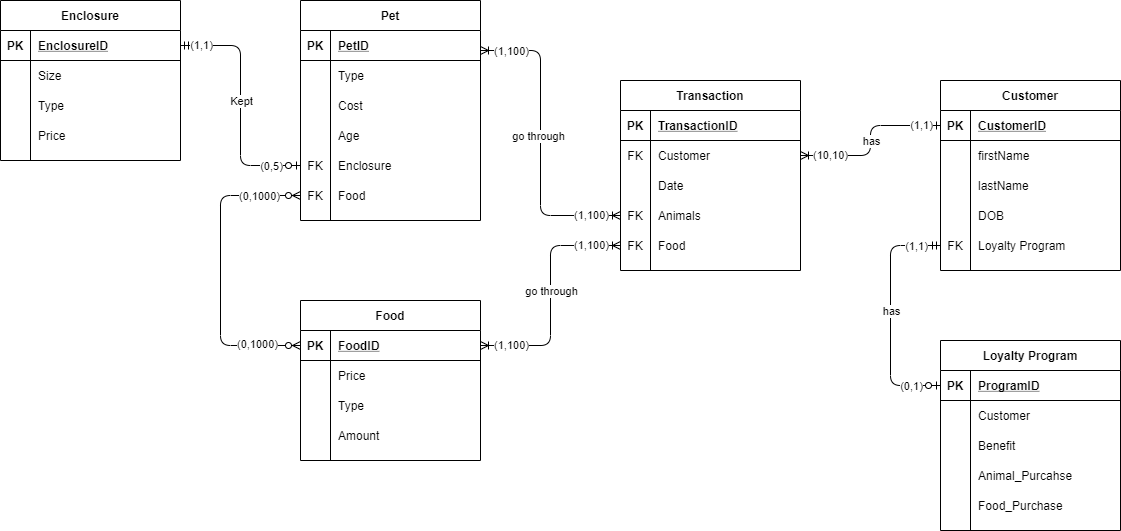
leo9620/Fall2020 keeps this draw.io diagram as Images/PetShop.png. Above is the earlier version. Source tidied: cells renumbered, new cells last; positions are measured from the earlier drawing's top-left corner, leaving out a move shared by most shapes.
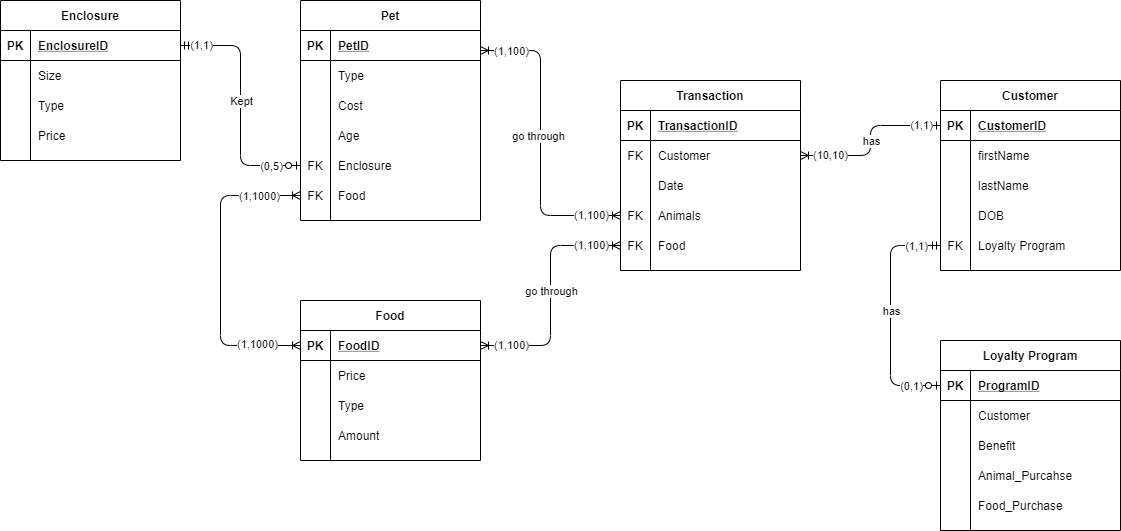
Later version of the same file.

The edit, as a diff of the source:
```diff
@@ -259,7 +259,7 @@
     <mxCell id="80" value="Food_Purchase" style="shape=partialRectangle;fillColor=none;top=0;left=0;bottom=0;right=0;align=left;spacingLeft=6;overflow=hidden;" parent="78" vertex="1">
       <mxGeometry x="30" width="150" height="30" as="geometry" />
     </mxCell>
-    <mxCell id="81" style="endArrow=ERzeroToMany;html=1;exitX=0;exitY=0.5;exitDx=0;exitDy=0;entryX=0;entryY=0.5;entryDx=0;entryDy=0;edgeStyle=orthogonalEdgeStyle;startArrow=ERzeroToMany;startFill=1;endFill=1;" parent="1" edge="1" source="84" target="18">
+    <mxCell id="81" style="endArrow=ERoneToMany;html=1;exitX=0;exitY=0.5;exitDx=0;exitDy=0;entryX=0;entryY=0.5;entryDx=0;entryDy=0;edgeStyle=orthogonalEdgeStyle;startArrow=ERoneToMany;startFill=0;endFill=0;" parent="1" edge="1" source="84" target="18">
       <mxGeometry relative="1" as="geometry">
         <Array as="points">
           <mxPoint x="220" y="345" />
@@ -267,7 +267,7 @@
         </Array>
       </mxGeometry>
     </mxCell>
-    <mxCell id="82" value="(0,1000)" style="edgeLabel;html=1;align=center;verticalAlign=middle;" parent="81" vertex="1">
+    <mxCell id="82" value="(1,1000)" style="edgeLabel;html=1;align=center;verticalAlign=middle;" parent="81" vertex="1">
       <mxGeometry x="0.5" y="-1" relative="1" as="geometry">
         <mxPoint x="36" y="-1" as="offset" />
       </mxGeometry>
@@ -373,7 +373,7 @@
     <mxCell id="112" value="Price" style="shape=partialRectangle;fillColor=none;top=0;left=0;bottom=0;right=0;align=left;spacingLeft=6;overflow=hidden;" parent="110" vertex="1">
       <mxGeometry x="30" width="150" height="30" as="geometry" />
     </mxCell>
-    <mxCell id="113" value="(0,1000)" style="edgeLabel;html=1;align=center;verticalAlign=middle;" parent="1" vertex="1">
+    <mxCell id="113" value="(1,1000)" style="edgeLabel;html=1;align=center;verticalAlign=middle;" parent="1" vertex="1">
       <mxGeometry x="256" y="343" as="geometry" />
     </mxCell>
     <mxCell id="114" value="go through" style="edgeLabel;html=1;align=center;verticalAlign=middle;" parent="1" vertex="1">
```
